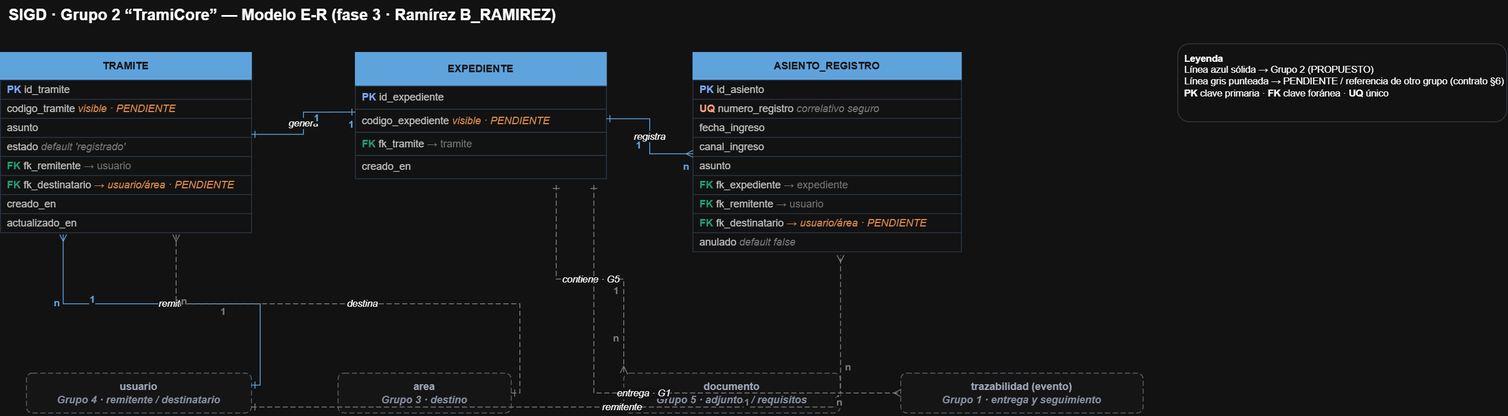
Earlier version of the draw.io export backend/docs/tramicore/02_modelo_datos_gestion_documental_diagrama.png (rhtf-92/SIGD). Source tidied: cells renumbered, new cells last; positions are measured from the earlier drawing's top-left corner, leaving out a move shared by most shapes.
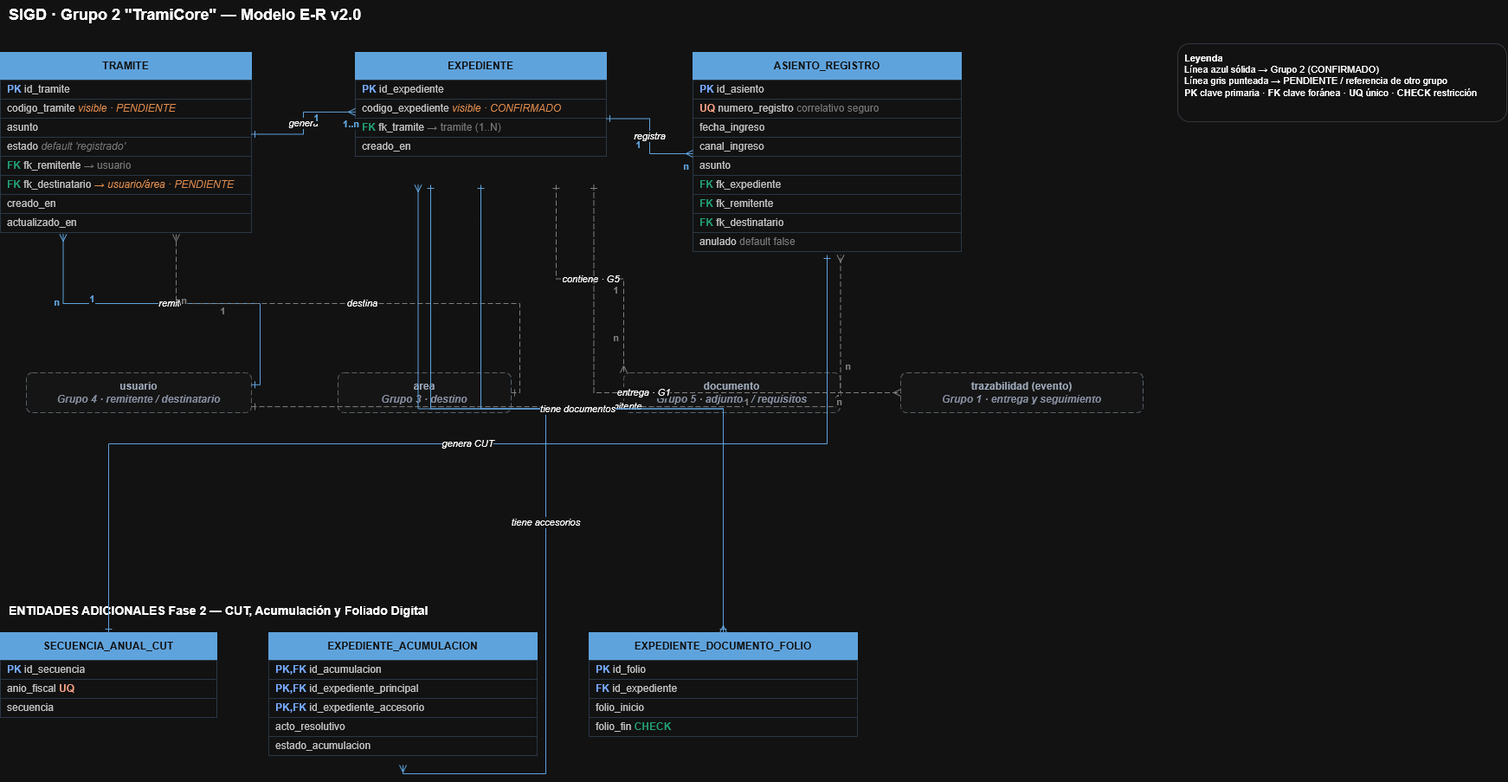
The same diagram one commit later.

Commit message:
docs(tramicore): corregir diagrama ER v2.0 y actualizar PNG exportado desde Draw.io

Change to the diagram source:
```diff
@@ -2,10 +2,10 @@
   <root>
     <mxCell id="0" />
     <mxCell id="1" parent="0" />
-    <mxCell id="2" value="SIGD · Grupo 2 “TramiCore” — Modelo E-R (fase 3 · Ramírez B_RAMIREZ)" style="text;html=1;fontSize=18;fontStyle=1;align=left;spacingLeft=8;" parent="1" vertex="1">
+    <mxCell id="2" value="SIGD · Grupo 2 &quot;TramiCore&quot; — Modelo E-R v2.0" style="text;html=1;fontSize=18;fontStyle=1;align=left;spacingLeft=8;" parent="1" vertex="1">
       <mxGeometry width="900" height="40" as="geometry" />
     </mxCell>
-    <mxCell id="3" value="&lt;b&gt;Leyenda&lt;/b&gt;&lt;br&gt;Línea azul sólida → Grupo 2 (PROPUESTO)&lt;br&gt;Línea gris punteada → PENDIENTE / referencia de otro grupo (contrato §6)&lt;br&gt;&lt;b&gt;PK&lt;/b&gt; clave primaria · &lt;b&gt;FK&lt;/b&gt; clave foránea · &lt;b&gt;UQ&lt;/b&gt; único" style="text;html=1;align=left;verticalAlign=top;fontSize=11;fillColor=#ffffff;strokeColor=#d0d5dd;rounded=1;spacingLeft=6;spacingRight=6;spacingTop=4;spacingBottom=4;" parent="1" vertex="1">
+    <mxCell id="3" value="&lt;b&gt;Leyenda&lt;/b&gt;&lt;br&gt;Línea azul sólida → Grupo 2 (CONFIRMADO)&lt;br&gt;Línea gris punteada → PENDIENTE / referencia de otro grupo&lt;br&gt;&lt;b&gt;PK&lt;/b&gt; clave primaria · &lt;b&gt;FK&lt;/b&gt; clave foránea · &lt;b&gt;UQ&lt;/b&gt; único · &lt;b&gt;CHECK&lt;/b&gt; restricción" style="text;html=1;align=left;verticalAlign=top;fontSize=11;fillColor=#ffffff;strokeColor=#d0d5dd;rounded=1;spacingLeft=6;spacingRight=6;spacingTop=4;spacingBottom=4;" parent="1" vertex="1">
       <mxGeometry x="1360" y="50" width="380" height="90" as="geometry" />
     </mxCell>
     <mxCell id="4" style="rounded=0;whiteSpace=wrap;html=1;verticalAlign=top;fillColor=none;strokeColor=none;" parent="1" vertex="1">
@@ -42,19 +42,19 @@
       <mxGeometry x="410" y="60" width="290" height="153" as="geometry" />
     </mxCell>
     <mxCell id="15" value="EXPEDIENTE" style="rounded=0;whiteSpace=wrap;html=1;verticalAlign=middle;fillColor=#1f6fb2;strokeColor=#1f6fb2;fontColor=#ffffff;fontStyle=1;align=center;" parent="14" vertex="1">
-      <mxGeometry width="290" height="38.9" as="geometry" />
+      <mxGeometry width="290" height="32" as="geometry" />
     </mxCell>
     <mxCell id="16" value="&lt;font color=&quot;#1a56db&quot;&gt;&lt;b&gt;PK&lt;/b&gt;&lt;/font&gt;&amp;nbsp;id_expediente" style="rounded=0;whiteSpace=wrap;html=1;verticalAlign=middle;fillColor=#ffffff;strokeColor=#c8d8ea;fontColor=#333333;align=left;spacingLeft=6;" parent="14" vertex="1">
-      <mxGeometry y="38.9" width="290" height="26.7" as="geometry" />
+      <mxGeometry y="32" width="290" height="22" as="geometry" />
     </mxCell>
-    <mxCell id="17" value="codigo_expediente&amp;nbsp;&lt;font color=&quot;#b45309&quot;&gt;&lt;i&gt;visible · PENDIENTE&lt;/i&gt;&lt;/font&gt;" style="rounded=0;whiteSpace=wrap;html=1;verticalAlign=middle;fillColor=#ffffff;strokeColor=#c8d8ea;fontColor=#333333;align=left;spacingLeft=6;" parent="14" vertex="1">
-      <mxGeometry y="65.6" width="290" height="26.7" as="geometry" />
+    <mxCell id="17" value="codigo_expediente&amp;nbsp;&lt;font color=&quot;#b45309&quot;&gt;&lt;i&gt;visible · CONFIRMADO&lt;/i&gt;&lt;/font&gt;" style="rounded=0;whiteSpace=wrap;html=1;verticalAlign=middle;fillColor=#ffffff;strokeColor=#c8d8ea;fontColor=#333333;align=left;spacingLeft=6;" parent="14" vertex="1">
+      <mxGeometry y="54" width="290" height="22" as="geometry" />
     </mxCell>
-    <mxCell id="18" value="&lt;font color=&quot;#0e9f6e&quot;&gt;&lt;b&gt;FK&lt;/b&gt;&lt;/font&gt;&amp;nbsp;fk_tramite&amp;nbsp;&lt;font color=&quot;#888888&quot;&gt;→ tramite&lt;/font&gt;" style="rounded=0;whiteSpace=wrap;html=1;verticalAlign=middle;fillColor=#ffffff;strokeColor=#c8d8ea;fontColor=#333333;align=left;spacingLeft=6;" parent="14" vertex="1">
-      <mxGeometry y="92.3" width="290" height="26.7" as="geometry" />
+    <mxCell id="18" value="&lt;font color=&quot;#0e9f6e&quot;&gt;&lt;b&gt;FK&lt;/b&gt;&lt;/font&gt;&amp;nbsp;fk_tramite&amp;nbsp;&lt;font color=&quot;#888888&quot;&gt;→ tramite (1..N)&lt;/font&gt;" style="rounded=0;whiteSpace=wrap;html=1;verticalAlign=middle;fillColor=#ffffff;strokeColor=#c8d8ea;fontColor=#333333;align=left;spacingLeft=6;" parent="14" vertex="1">
+      <mxGeometry y="76" width="290" height="22" as="geometry" />
     </mxCell>
     <mxCell id="19" value="creado_en" style="rounded=0;whiteSpace=wrap;html=1;verticalAlign=middle;fillColor=#ffffff;strokeColor=#c8d8ea;fontColor=#333333;align=left;spacingLeft=6;" parent="14" vertex="1">
-      <mxGeometry y="119" width="290" height="26.7" as="geometry" />
+      <mxGeometry y="98" width="290" height="22" as="geometry" />
     </mxCell>
     <mxCell id="20" style="rounded=0;whiteSpace=wrap;html=1;verticalAlign=top;fillColor=none;strokeColor=none;" parent="1" vertex="1">
       <mxGeometry x="800" y="60" width="310" height="234" as="geometry" />
@@ -65,7 +65,7 @@
     <mxCell id="22" value="&lt;font color=&quot;#1a56db&quot;&gt;&lt;b&gt;PK&lt;/b&gt;&lt;/font&gt;&amp;nbsp;id_asiento" style="rounded=0;whiteSpace=wrap;html=1;verticalAlign=middle;fillColor=#ffffff;strokeColor=#c8d8ea;fontColor=#333333;align=left;spacingLeft=6;" parent="20" vertex="1">
       <mxGeometry y="32" width="310" height="22" as="geometry" />
     </mxCell>
-    <mxCell id="23" value="&lt;font color=&quot;#9a3412&quot;&gt;&lt;b&gt;UQ&lt;/b&gt;&lt;/font&gt;&amp;nbsp;numero_registro&amp;nbsp;&lt;font color=&quot;#888888&quot;&gt;&lt;i&gt;correlativo seguro&lt;/i&gt;&lt;/font&gt;" style="rounded=0;whiteSpace=wrap;html=1;verticalAlign=middle;fillColor=#ffffff;strokeColor=#c8d8ea;fontColor=#333333;align=left;spacingLeft=6;" parent="20" vertex="1">
+    <mxCell id="23" value="&lt;font color=&quot;#9a3412&quot;&gt;&lt;b&gt;UQ&lt;/b&gt;&lt;/font&gt;&amp;nbsp;numero_registro&amp;nbsp;&lt;font color=&quot;#888888&quot;&gt;correlativo seguro&lt;/font&gt;" style="rounded=0;whiteSpace=wrap;html=1;verticalAlign=middle;fillColor=#ffffff;strokeColor=#c8d8ea;fontColor=#333333;align=left;spacingLeft=6;" parent="20" vertex="1">
       <mxGeometry y="54" width="310" height="22" as="geometry" />
     </mxCell>
     <mxCell id="24" value="fecha_ingreso" style="rounded=0;whiteSpace=wrap;html=1;verticalAlign=middle;fillColor=#ffffff;strokeColor=#c8d8ea;fontColor=#333333;align=left;spacingLeft=6;" parent="20" vertex="1">
@@ -77,16 +77,16 @@
     <mxCell id="26" value="asunto" style="rounded=0;whiteSpace=wrap;html=1;verticalAlign=middle;fillColor=#ffffff;strokeColor=#c8d8ea;fontColor=#333333;align=left;spacingLeft=6;" parent="20" vertex="1">
       <mxGeometry y="120" width="310" height="22" as="geometry" />
     </mxCell>
-    <mxCell id="27" value="&lt;font color=&quot;#0e9f6e&quot;&gt;&lt;b&gt;FK&lt;/b&gt;&lt;/font&gt;&amp;nbsp;fk_expediente&amp;nbsp;&lt;font color=&quot;#888888&quot;&gt;→ expediente&lt;/font&gt;" style="rounded=0;whiteSpace=wrap;html=1;verticalAlign=middle;fillColor=#ffffff;strokeColor=#c8d8ea;fontColor=#333333;align=left;spacingLeft=6;" parent="20" vertex="1">
+    <mxCell id="27" value="&lt;font color=&quot;#0e9f6e&quot;&gt;&lt;b&gt;FK&lt;/b&gt;&lt;/font&gt;&amp;nbsp;fk_expediente" style="rounded=0;whiteSpace=wrap;html=1;verticalAlign=middle;fillColor=#ffffff;strokeColor=#c8d8ea;fontColor=#333333;align=left;spacingLeft=6;" parent="20" vertex="1">
       <mxGeometry y="142" width="310" height="22" as="geometry" />
     </mxCell>
-    <mxCell id="28" value="&lt;font color=&quot;#0e9f6e&quot;&gt;&lt;b&gt;FK&lt;/b&gt;&lt;/font&gt;&amp;nbsp;fk_remitente&amp;nbsp;&lt;font color=&quot;#888888&quot;&gt;→ usuario&lt;/font&gt;" style="rounded=0;whiteSpace=wrap;html=1;verticalAlign=middle;fillColor=#ffffff;strokeColor=#c8d8ea;fontColor=#333333;align=left;spacingLeft=6;" parent="20" vertex="1">
+    <mxCell id="28" value="&lt;font color=&quot;#0e9f6e&quot;&gt;&lt;b&gt;FK&lt;/b&gt;&lt;/font&gt;&amp;nbsp;fk_remitente" style="rounded=0;whiteSpace=wrap;html=1;verticalAlign=middle;fillColor=#ffffff;strokeColor=#c8d8ea;fontColor=#333333;align=left;spacingLeft=6;" parent="20" vertex="1">
       <mxGeometry y="164" width="310" height="22" as="geometry" />
     </mxCell>
-    <mxCell id="29" value="&lt;font color=&quot;#0e9f6e&quot;&gt;&lt;b&gt;FK&lt;/b&gt;&lt;/font&gt;&amp;nbsp;fk_destinatario&amp;nbsp;&lt;font color=&quot;#b45309&quot;&gt;&lt;i&gt;→ usuario/área · PENDIENTE&lt;/i&gt;&lt;/font&gt;" style="rounded=0;whiteSpace=wrap;html=1;verticalAlign=middle;fillColor=#ffffff;strokeColor=#c8d8ea;fontColor=#333333;align=left;spacingLeft=6;" parent="20" vertex="1">
+    <mxCell id="29" value="&lt;font color=&quot;#0e9f6e&quot;&gt;&lt;b&gt;FK&lt;/b&gt;&lt;/font&gt;&amp;nbsp;fk_destinatario" style="rounded=0;whiteSpace=wrap;html=1;verticalAlign=middle;fillColor=#ffffff;strokeColor=#c8d8ea;fontColor=#333333;align=left;spacingLeft=6;" parent="20" vertex="1">
       <mxGeometry y="186" width="310" height="22" as="geometry" />
     </mxCell>
-    <mxCell id="30" value="anulado&amp;nbsp;&lt;font color=&quot;#888888&quot;&gt;&lt;i&gt;default false&lt;/i&gt;&lt;/font&gt;" style="rounded=0;whiteSpace=wrap;html=1;verticalAlign=middle;fillColor=#ffffff;strokeColor=#c8d8ea;fontColor=#333333;align=left;spacingLeft=6;" parent="20" vertex="1">
+    <mxCell id="30" value="anulado&amp;nbsp;&lt;font color=&quot;#888888&quot;&gt;default false&lt;/font&gt;" style="rounded=0;whiteSpace=wrap;html=1;verticalAlign=middle;fillColor=#ffffff;strokeColor=#c8d8ea;fontColor=#333333;align=left;spacingLeft=6;" parent="20" vertex="1">
       <mxGeometry y="208" width="310" height="22" as="geometry" />
     </mxCell>
     <mxCell id="31" value="usuario&lt;br&gt;&lt;font color=&quot;#667085&quot;&gt;&lt;i&gt;Grupo 4 · remitente / destinatario&lt;/i&gt;&lt;/font&gt;" style="rounded=1;dashed=1;dashPattern=6 3;html=1;whiteSpace=wrap;verticalAlign=middle;fillColor=#fbfbfb;strokeColor=#9aa5b1;fontColor=#475467;fontStyle=1;" parent="1" vertex="1">
@@ -101,13 +101,13 @@
     <mxCell id="34" value="trazabilidad (evento)&lt;br&gt;&lt;font color=&quot;#667085&quot;&gt;&lt;i&gt;Grupo 1 · entrega y seguimiento&lt;/i&gt;&lt;/font&gt;" style="rounded=1;dashed=1;dashPattern=6 3;html=1;whiteSpace=wrap;verticalAlign=middle;fillColor=#fbfbfb;strokeColor=#9aa5b1;fontColor=#475467;fontStyle=1;" parent="1" vertex="1">
       <mxGeometry x="1040" y="430" width="280" height="46" as="geometry" />
     </mxCell>
-    <mxCell id="35" value="genera" style="edgeStyle=orthogonalEdgeStyle;rounded=0;html=1;exitX=1;exitY=0.45;exitDx=0;exitDy=0;entryX=0;entryY=0.45;entryDx=0;entryDy=0;strokeColor=#1f6fb2;startArrow=ERone;endArrow=ERone;fontStyle=2;fontSize=11;labelBackgroundColor=#ffffff;" parent="1" edge="1" source="4" target="14">
+    <mxCell id="35" value="genera" style="edgeStyle=orthogonalEdgeStyle;rounded=0;html=1;exitX=1;exitY=0.45;exitDx=0;exitDy=0;entryX=0;entryY=0.45;entryDx=0;entryDy=0;strokeColor=#1f6fb2;startArrow=ERone;endArrow=ERmany;fontStyle=2;fontSize=11;labelBackgroundColor=#ffffff;" parent="1" edge="1" source="4" target="14">
       <mxGeometry relative="1" as="geometry" />
     </mxCell>
     <mxCell id="36" value="1" style="edgeLabel;html=1;align=center;verticalAlign=middle;fontStyle=1;fontColor=#1f6fb2;backgroundColor=#ffffff;" parent="35" vertex="1">
       <mxGeometry x="0.08" y="-14" relative="1" as="geometry" />
     </mxCell>
-    <mxCell id="37" value="1" style="edgeLabel;html=1;align=center;verticalAlign=middle;fontStyle=1;fontColor=#1f6fb2;backgroundColor=#ffffff;" parent="35" vertex="1">
+    <mxCell id="37" value="1..n" style="edgeLabel;html=1;align=center;verticalAlign=middle;fontStyle=1;fontColor=#1f6fb2;backgroundColor=#ffffff;" parent="35" vertex="1">
       <mxGeometry x="0.92" y="-14" relative="1" as="geometry" />
     </mxCell>
     <mxCell id="38" value="registra" style="edgeStyle=orthogonalEdgeStyle;rounded=0;html=1;exitX=1;exitY=0.5;exitDx=0;exitDy=0;entryX=0;entryY=0.5;entryDx=0;entryDy=0;strokeColor=#1f6fb2;startArrow=ERone;endArrow=ERmany;fontStyle=2;fontSize=11;labelBackgroundColor=#ffffff;" parent="1" edge="1" source="14" target="20">
@@ -164,5 +164,74 @@
     <mxCell id="55" value="n" style="edgeLabel;html=1;align=center;verticalAlign=middle;fontStyle=1;fontColor=#808080;backgroundColor=#ffffff;" parent="53" vertex="1">
       <mxGeometry x="0.76" y="-10" relative="1" as="geometry" />
     </mxCell>
+    <mxCell id="56" value="ENTIDADES ADICIONALES Fase 2 — CUT, Acumulación y Foliado Digital" style="text;html=1;fontSize=14;fontStyle=1;align=left;spacingLeft=8;" parent="1" vertex="1">
+      <mxGeometry y="690" width="550" height="30" as="geometry" />
+    </mxCell>
+    <mxCell id="57" style="rounded=0;whiteSpace=wrap;html=1;verticalAlign=top;fillColor=none;strokeColor=none;" parent="1" vertex="1">
+      <mxGeometry y="730" width="250" height="130" as="geometry" />
+    </mxCell>
+    <mxCell id="58" value="SECUENCIA_ANUAL_CUT" style="rounded=0;whiteSpace=wrap;html=1;verticalAlign=middle;fillColor=#1f6fb2;strokeColor=#1f6fb2;fontColor=#ffffff;fontStyle=1;align=center;" parent="57" vertex="1">
+      <mxGeometry width="250" height="32" as="geometry" />
+    </mxCell>
+    <mxCell id="59" value="&lt;font color=&quot;#1a56db&quot;&gt;&lt;b&gt;PK&lt;/b&gt;&lt;/font&gt;&amp;nbsp;id_secuencia" style="rounded=0;whiteSpace=wrap;html=1;verticalAlign=middle;fillColor=#ffffff;strokeColor=#c8d8ea;fontColor=#333333;align=left;spacingLeft=6;" parent="57" vertex="1">
+      <mxGeometry y="32" width="250" height="22" as="geometry" />
+    </mxCell>
+    <mxCell id="60" value="anio_fiscal&amp;nbsp;&lt;font color=&quot;#9a3412&quot;&gt;&lt;b&gt;UQ&lt;/b&gt;&lt;/font&gt;" style="rounded=0;whiteSpace=wrap;html=1;verticalAlign=middle;fillColor=#ffffff;strokeColor=#c8d8ea;fontColor=#333333;align=left;spacingLeft=6;" parent="57" vertex="1">
+      <mxGeometry y="54" width="250" height="22" as="geometry" />
+    </mxCell>
+    <mxCell id="61" value="secuencia" style="rounded=0;whiteSpace=wrap;html=1;verticalAlign=middle;fillColor=#ffffff;strokeColor=#c8d8ea;fontColor=#333333;align=left;spacingLeft=6;" parent="57" vertex="1">
+      <mxGeometry y="76" width="250" height="22" as="geometry" />
+    </mxCell>
+    <mxCell id="62" style="rounded=0;whiteSpace=wrap;html=1;verticalAlign=top;fillColor=none;strokeColor=none;" parent="1" vertex="1">
+      <mxGeometry x="310" y="730" width="310" height="153" as="geometry" />
+    </mxCell>
+    <mxCell id="63" value="EXPEDIENTE_ACUMULACION" style="rounded=0;whiteSpace=wrap;html=1;verticalAlign=middle;fillColor=#1f6fb2;strokeColor=#1f6fb2;fontColor=#ffffff;fontStyle=1;align=center;" parent="62" vertex="1">
+      <mxGeometry width="310" height="32" as="geometry" />
+    </mxCell>
+    <mxCell id="64" value="&lt;font color=&quot;#1a56db&quot;&gt;&lt;b&gt;PK,FK&lt;/b&gt;&lt;/font&gt;&amp;nbsp;id_acumulacion" style="rounded=0;whiteSpace=wrap;html=1;verticalAlign=middle;fillColor=#ffffff;strokeColor=#c8d8ea;fontColor=#333333;align=left;spacingLeft=6;" parent="62" vertex="1">
+      <mxGeometry y="32" width="310" height="22" as="geometry" />
+    </mxCell>
+    <mxCell id="65" value="&lt;font color=&quot;#1a56db&quot;&gt;&lt;b&gt;PK,FK&lt;/b&gt;&lt;/font&gt;&amp;nbsp;id_expediente_principal" style="rounded=0;whiteSpace=wrap;html=1;verticalAlign=middle;fillColor=#ffffff;strokeColor=#c8d8ea;fontColor=#333333;align=left;spacingLeft=6;" parent="62" vertex="1">
+      <mxGeometry y="54" width="310" height="22" as="geometry" />
+    </mxCell>
+    <mxCell id="66" value="&lt;font color=&quot;#1a56db&quot;&gt;&lt;b&gt;PK,FK&lt;/b&gt;&lt;/font&gt;&amp;nbsp;id_expediente_accesorio" style="rounded=0;whiteSpace=wrap;html=1;verticalAlign=middle;fillColor=#ffffff;strokeColor=#c8d8ea;fontColor=#333333;align=left;spacingLeft=6;" parent="62" vertex="1">
+      <mxGeometry y="76" width="310" height="22" as="geometry" />
+    </mxCell>
+    <mxCell id="67" value="acto_resolutivo" style="rounded=0;whiteSpace=wrap;html=1;verticalAlign=middle;fillColor=#ffffff;strokeColor=#c8d8ea;fontColor=#333333;align=left;spacingLeft=6;" parent="62" vertex="1">
+      <mxGeometry y="98" width="310" height="22" as="geometry" />
+    </mxCell>
+    <mxCell id="68" value="estado_acumulacion" style="rounded=0;whiteSpace=wrap;html=1;verticalAlign=middle;fillColor=#ffffff;strokeColor=#c8d8ea;fontColor=#333333;align=left;spacingLeft=6;" parent="62" vertex="1">
+      <mxGeometry y="120" width="310" height="22" as="geometry" />
+    </mxCell>
+    <mxCell id="69" style="rounded=0;whiteSpace=wrap;html=1;verticalAlign=top;fillColor=none;strokeColor=none;" parent="1" vertex="1">
+      <mxGeometry x="680" y="730" width="310" height="130" as="geometry" />
+    </mxCell>
+    <mxCell id="70" value="EXPEDIENTE_DOCUMENTO_FOLIO" style="rounded=0;whiteSpace=wrap;html=1;verticalAlign=middle;fillColor=#1f6fb2;strokeColor=#1f6fb2;fontColor=#ffffff;fontStyle=1;align=center;" parent="69" vertex="1">
+      <mxGeometry width="310" height="32" as="geometry" />
+    </mxCell>
+    <mxCell id="71" value="&lt;font color=&quot;#1a56db&quot;&gt;&lt;b&gt;PK&lt;/b&gt;&lt;/font&gt;&amp;nbsp;id_folio" style="rounded=0;whiteSpace=wrap;html=1;verticalAlign=middle;fillColor=#ffffff;strokeColor=#c8d8ea;fontColor=#333333;align=left;spacingLeft=6;" parent="69" vertex="1">
+      <mxGeometry y="32" width="310" height="22" as="geometry" />
+    </mxCell>
+    <mxCell id="72" value="&lt;font color=&quot;#1a56db&quot;&gt;&lt;b&gt;FK&lt;/b&gt;&lt;/font&gt;&amp;nbsp;id_expediente" style="rounded=0;whiteSpace=wrap;html=1;verticalAlign=middle;fillColor=#ffffff;strokeColor=#c8d8ea;fontColor=#333333;align=left;spacingLeft=6;" parent="69" vertex="1">
+      <mxGeometry y="54" width="310" height="22" as="geometry" />
+    </mxCell>
+    <mxCell id="73" value="folio_inicio" style="rounded=0;whiteSpace=wrap;html=1;verticalAlign=middle;fillColor=#ffffff;strokeColor=#c8d8ea;fontColor=#333333;align=left;spacingLeft=6;" parent="69" vertex="1">
+      <mxGeometry y="76" width="310" height="22" as="geometry" />
+    </mxCell>
+    <mxCell id="74" value="folio_fin&amp;nbsp;&lt;font color=&quot;#0e9f6e&quot;&gt;&lt;b&gt;CHECK&lt;/b&gt;&lt;/font&gt;" style="rounded=0;whiteSpace=wrap;html=1;verticalAlign=middle;fillColor=#ffffff;strokeColor=#c8d8ea;fontColor=#333333;align=left;spacingLeft=6;" parent="69" vertex="1">
+      <mxGeometry y="98" width="310" height="22" as="geometry" />
+    </mxCell>
+    <mxCell id="75" value="tiene accesorios" style="edgeStyle=orthogonalEdgeStyle;rounded=0;html=1;exitX=0.5;exitY=1;exitDx=0;exitDy=0;entryX=0.5;entryY=1;entryDx=0;entryDy=0;strokeColor=#1f6fb2;startArrow=ERone;endArrow=ERmany;fontStyle=2;fontSize=11;labelBackgroundColor=#ffffff;" parent="1" edge="1" source="14" target="62">
+      <mxGeometry relative="1" as="geometry" />
+    </mxCell>
+    <mxCell id="76" value="registra folios" style="edgeStyle=orthogonalEdgeStyle;rounded=0;html=1;exitX=0.5;exitY=0;exitDx=0;exitDy=0;entryX=0.25;entryY=1;entryDx=0;entryDy=0;strokeColor=#1f6fb2;startArrow=ERone;endArrow=ERmany;fontStyle=2;fontSize=11;labelBackgroundColor=#ffffff;" parent="1" edge="1" source="69" target="14">
+      <mxGeometry relative="1" as="geometry" />
+    </mxCell>
+    <mxCell id="77" value="genera CUT" style="edgeStyle=orthogonalEdgeStyle;rounded=0;html=1;exitX=0.5;exitY=0;exitDx=0;exitDy=0;entryX=0.5;entryY=1;entryDx=0;entryDy=0;strokeColor=#1f6fb2;startArrow=ERone;endArrow=ERone;fontStyle=2;fontSize=11;labelBackgroundColor=#ffffff;" parent="1" edge="1" source="57" target="20">
+      <mxGeometry relative="1" as="geometry" />
+    </mxCell>
+    <mxCell id="78" value="tiene documentos" style="edgeStyle=orthogonalEdgeStyle;rounded=0;html=1;exitX=0.3;exitY=1;exitDx=0;exitDy=0;entryX=0.5;entryY=0;entryDx=0;entryDy=0;strokeColor=#1f6fb2;startArrow=ERone;endArrow=ERmany;fontStyle=2;fontSize=11;labelBackgroundColor=#ffffff;" parent="1" edge="1" source="14" target="69">
+      <mxGeometry relative="1" as="geometry" />
+    </mxCell>
   </root>
 </mxGraphModel>
```
